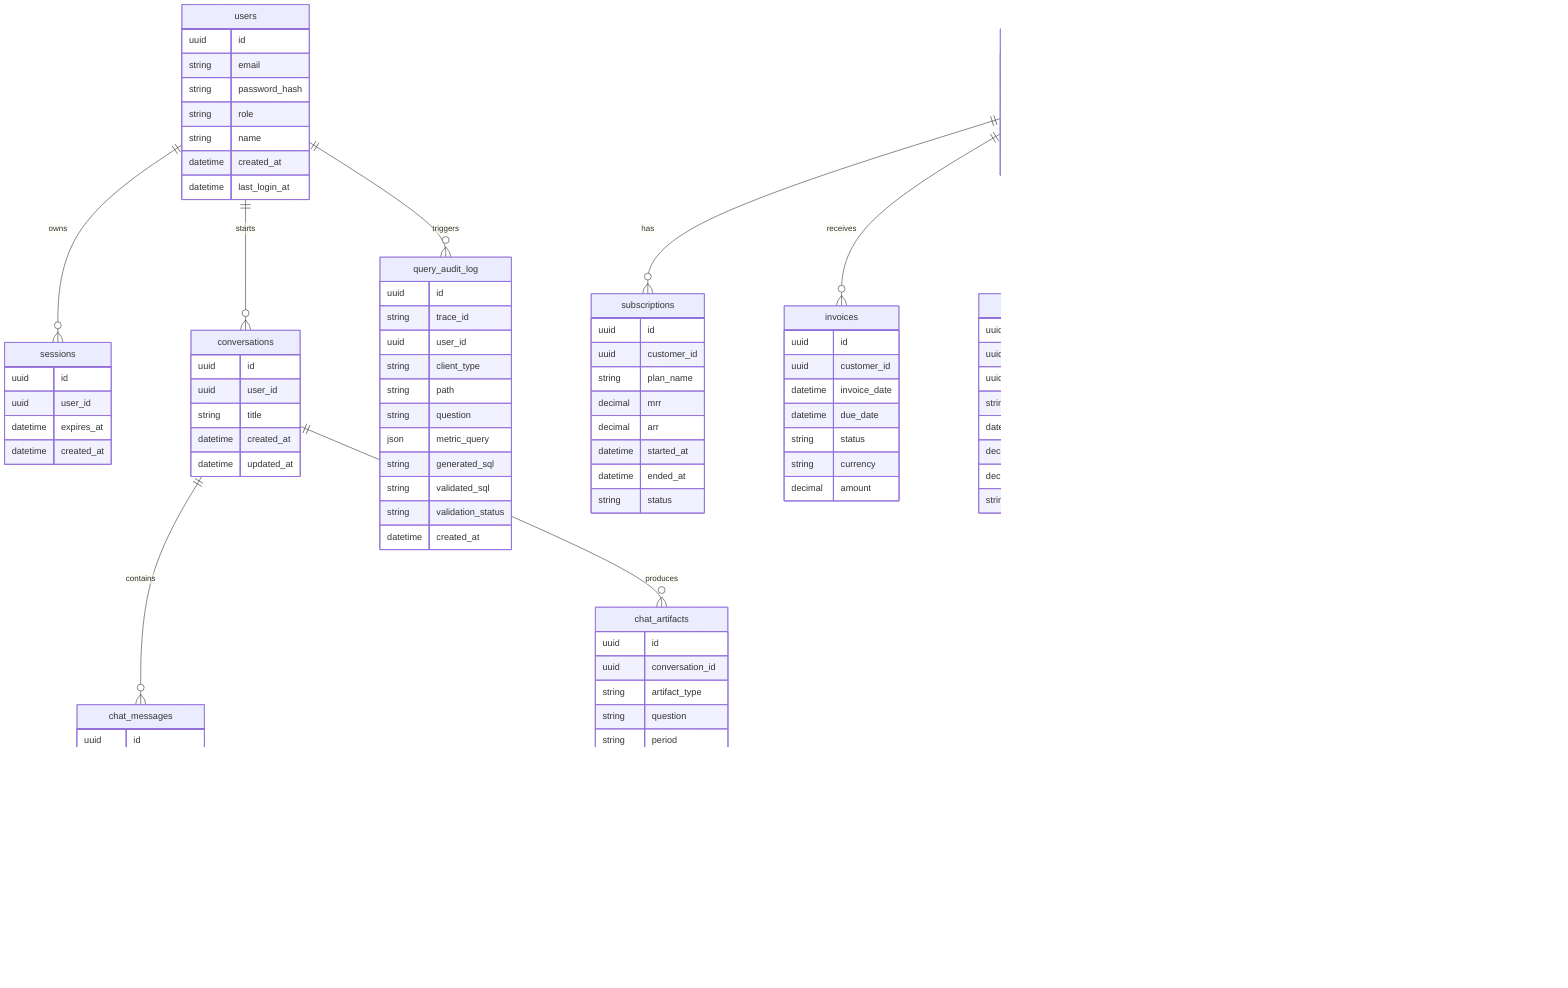
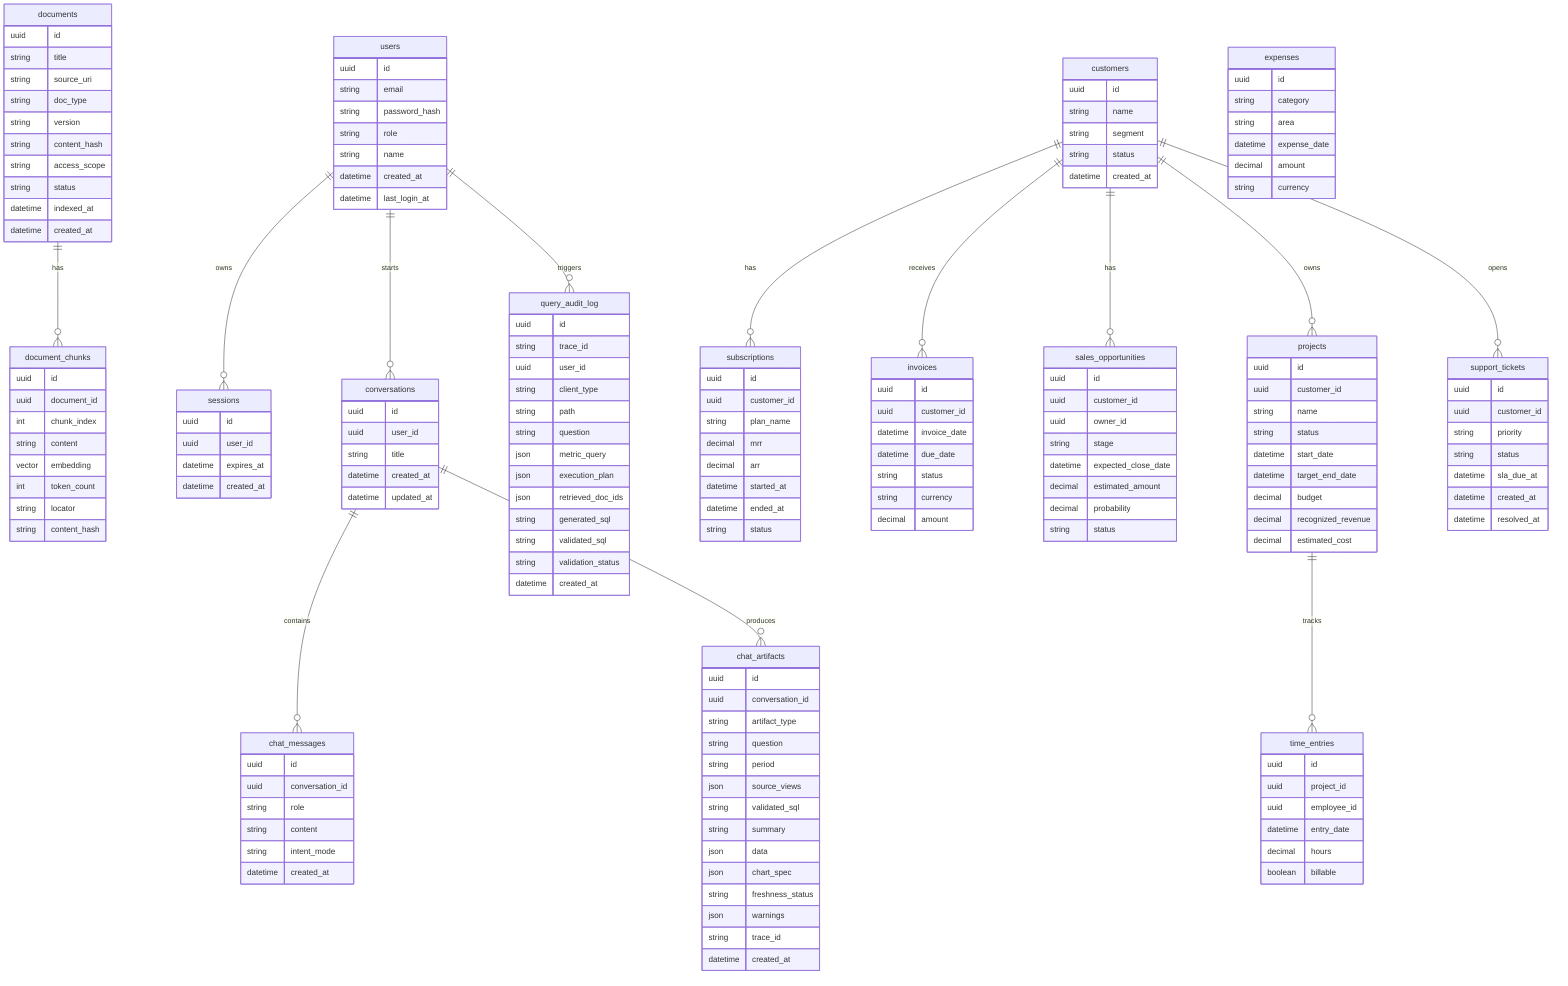
%% Infra: todas estas tablas viven en Railway PostgreSQL (proyecto backend Fastify).
%% El catalogo de metricas (capa semantica) es configuracion YAML/JSON, no una tabla.
+ %% El knowledge catalog SI es tabla (documents) porque su contenido es dinamico (ADR-0008).
%% Las views ceo_* se derivan de las tablas fuente y son la superficie read-only del LLM.
+ %% document_chunks usa la extension pgvector para la columna embedding.
erDiagram
  users ||--o{ sessions : owns
  users ||--o{ conversations : starts
  conversations ||--o{ chat_messages : contains
  conversations ||--o{ chat_artifacts : produces
+   documents ||--o{ document_chunks : has
  customers ||--o{ subscriptions : has
  customers ||--o{ invoices : receives
  customers ||--o{ sales_opportunities : has
  customers ||--o{ projects : owns
  customers ||--o{ support_tickets : opens
  projects ||--o{ time_entries : tracks
  users ||--o{ query_audit_log : triggers

  users {
    uuid id
    string email
    string password_hash
    string role
    string name
    datetime created_at
    datetime last_login_at
  }

  sessions {
    uuid id
    uuid user_id
    datetime expires_at
    datetime created_at
  }

  conversations {
    uuid id
    uuid user_id
    string title
    datetime created_at
    datetime updated_at
  }

  chat_messages {
    uuid id
    uuid conversation_id
    string role
    string content
    string intent_mode
    datetime created_at
  }

  chat_artifacts {
    uuid id
    uuid conversation_id
    string artifact_type
    string question
    string period
    json source_views
    string validated_sql
    string summary
    json data
    json chart_spec
    string freshness_status
    json warnings
    string trace_id
    datetime created_at
  }

  customers {
    uuid id
    string name
    string segment
    string status
    datetime created_at
  }

  subscriptions {
    uuid id
    uuid customer_id
    string plan_name
    decimal mrr
    decimal arr
    datetime started_at
    datetime ended_at
    string status
  }

  invoices {
    uuid id
    uuid customer_id
    datetime invoice_date
    datetime due_date
    string status
    string currency
    decimal amount
  }

  sales_opportunities {
    uuid id
    uuid customer_id
    uuid owner_id
    string stage
    datetime expected_close_date
    decimal estimated_amount
    decimal probability
    string status
  }

  projects {
    uuid id
    uuid customer_id
    string name
    string status
    datetime start_date
    datetime target_end_date
    decimal budget
    decimal recognized_revenue
    decimal estimated_cost
  }

  time_entries {
    uuid id
    uuid project_id
    uuid employee_id
    datetime entry_date
    decimal hours
    boolean billable
  }

  support_tickets {
    uuid id
    uuid customer_id
    string priority
    string status
    datetime sla_due_at
    datetime created_at
    datetime resolved_at
  }

  expenses {
    uuid id
    string category
    string area
    datetime expense_date
    decimal amount
    string currency
  }

+   documents {
+     uuid id
+     string title
+     string source_uri
+     string doc_type
+     string version
+     string content_hash
+     string access_scope
+     string status
+     datetime indexed_at
+     datetime created_at
+   }
+ 
+   document_chunks {
+     uuid id
+     uuid document_id
+     int chunk_index
+     string content
+     vector embedding
+     int token_count
+     string locator
+     string content_hash
+   }
+ 
  query_audit_log {
    uuid id
    string trace_id
    uuid user_id
    string client_type
    string path
    string question
    json metric_query
+     json execution_plan
+     json retrieved_doc_ids
    string generated_sql
    string validated_sql
    string validation_status
    datetime created_at
  }
